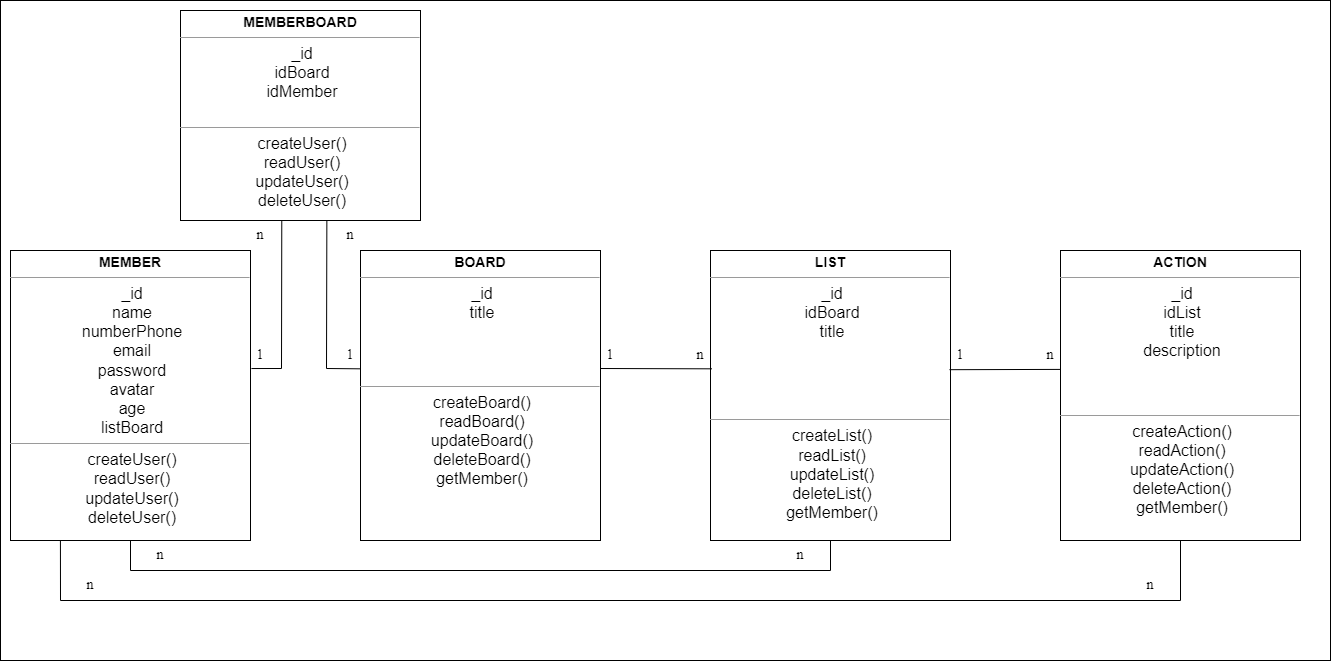
LongNT-VN/Trello keeps this draw.io diagram as Document/Database.png. Above is the earlier version. Source tidied: cells renumbered, new cells last; positions are measured from the earlier drawing's top-left corner, leaving out a move shared by most shapes.
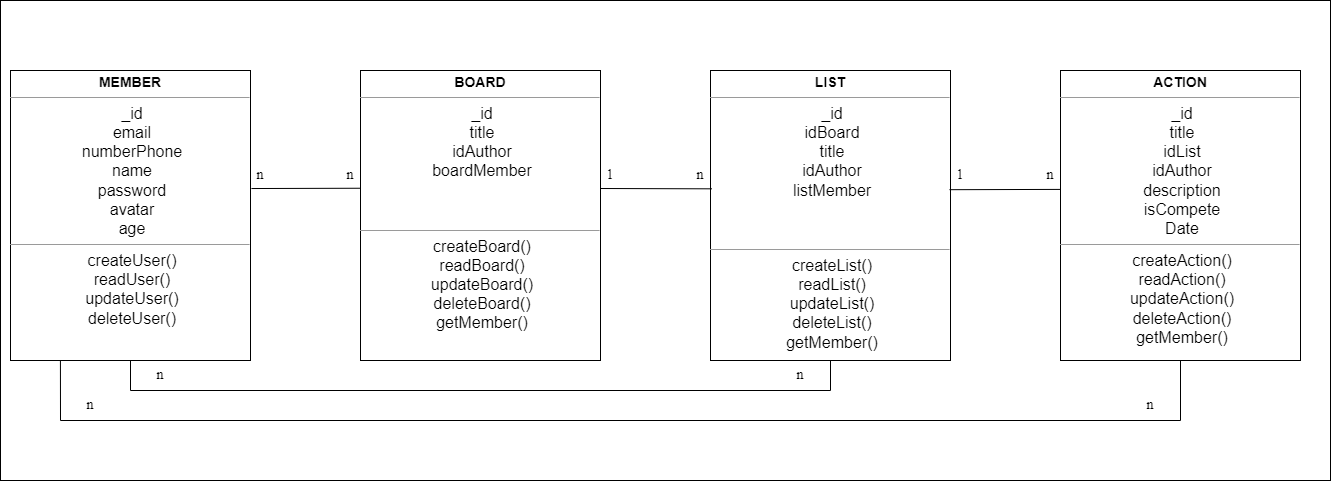
Later version of the same file.

Diff of the diagram source:
```diff
@@ -3,33 +3,26 @@
     <mxCell id="0" />
     <mxCell id="1" parent="0" />
     <mxCell id="2" style="rounded=0;whiteSpace=wrap;html=1;fontFamily=Times New Roman;fontSize=14;" parent="1" vertex="1">
-      <mxGeometry width="1330" height="660" as="geometry" />
+      <mxGeometry y="180" width="1330" height="480" as="geometry" />
     </mxCell>
-    <mxCell id="3" value="&lt;p style=&quot;margin: 0px ; margin-top: 4px ; text-align: center&quot;&gt;&lt;span style=&quot;font-size: 14px&quot;&gt;&lt;b&gt;MEMBER&lt;/b&gt;&lt;/span&gt;&lt;/p&gt;&lt;hr size=&quot;1&quot;&gt;&lt;p style=&quot;text-align: center ; margin: 0px 0px 0px 4px&quot;&gt;&lt;font size=&quot;3&quot;&gt;_id&lt;br&gt;name&lt;/font&gt;&lt;/p&gt;&lt;p style=&quot;text-align: center ; margin: 0px 0px 0px 4px&quot;&gt;&lt;font size=&quot;3&quot;&gt;numberPhone&lt;/font&gt;&lt;/p&gt;&lt;p style=&quot;text-align: center ; margin: 0px 0px 0px 4px&quot;&gt;&lt;font size=&quot;3&quot;&gt;email&lt;/font&gt;&lt;/p&gt;&lt;p style=&quot;text-align: center ; margin: 0px 0px 0px 4px&quot;&gt;&lt;font size=&quot;3&quot;&gt;password&lt;/font&gt;&lt;/p&gt;&lt;p style=&quot;text-align: center ; margin: 0px 0px 0px 4px&quot;&gt;&lt;font size=&quot;3&quot;&gt;avatar&lt;/font&gt;&lt;/p&gt;&lt;p style=&quot;text-align: center ; margin: 0px 0px 0px 4px&quot;&gt;&lt;font size=&quot;3&quot;&gt;age&lt;/font&gt;&lt;/p&gt;&lt;p style=&quot;text-align: center ; margin: 0px 0px 0px 4px&quot;&gt;&lt;font size=&quot;3&quot;&gt;listBoard&lt;/font&gt;&lt;/p&gt;&lt;hr size=&quot;1&quot;&gt;&lt;p style=&quot;text-align: center ; margin: 0px 0px 0px 4px&quot;&gt;&lt;font size=&quot;3&quot;&gt;createUser()&lt;/font&gt;&lt;/p&gt;&lt;p style=&quot;text-align: center ; margin: 0px 0px 0px 4px&quot;&gt;&lt;font size=&quot;3&quot;&gt;readUser()&lt;/font&gt;&lt;/p&gt;&lt;p style=&quot;text-align: center ; margin: 0px 0px 0px 4px&quot;&gt;&lt;font size=&quot;3&quot;&gt;updateUser()&lt;/font&gt;&lt;/p&gt;&lt;p style=&quot;text-align: center ; margin: 0px 0px 0px 4px&quot;&gt;&lt;font size=&quot;3&quot;&gt;deleteUser()&lt;/font&gt;&lt;/p&gt;" style="verticalAlign=top;align=left;overflow=fill;fontSize=12;fontFamily=Helvetica;html=1;" parent="1" vertex="1">
+    <mxCell id="3" value="&lt;p style=&quot;margin: 0px ; margin-top: 4px ; text-align: center&quot;&gt;&lt;span style=&quot;font-size: 14px&quot;&gt;&lt;b&gt;MEMBER&lt;/b&gt;&lt;/span&gt;&lt;/p&gt;&lt;hr size=&quot;1&quot;&gt;&lt;p style=&quot;text-align: center ; margin: 0px 0px 0px 4px&quot;&gt;&lt;font size=&quot;3&quot;&gt;_id&lt;br&gt;email&lt;/font&gt;&lt;/p&gt;&lt;p style=&quot;text-align: center ; margin: 0px 0px 0px 4px&quot;&gt;&lt;font size=&quot;3&quot;&gt;numberPhone&lt;/font&gt;&lt;/p&gt;&lt;p style=&quot;text-align: center ; margin: 0px 0px 0px 4px&quot;&gt;&lt;font size=&quot;3&quot;&gt;name&lt;/font&gt;&lt;/p&gt;&lt;p style=&quot;text-align: center ; margin: 0px 0px 0px 4px&quot;&gt;&lt;font size=&quot;3&quot;&gt;password&lt;/font&gt;&lt;/p&gt;&lt;p style=&quot;text-align: center ; margin: 0px 0px 0px 4px&quot;&gt;&lt;font size=&quot;3&quot;&gt;avatar&lt;/font&gt;&lt;/p&gt;&lt;p style=&quot;text-align: center ; margin: 0px 0px 0px 4px&quot;&gt;&lt;font size=&quot;3&quot;&gt;age&lt;/font&gt;&lt;/p&gt;&lt;hr size=&quot;1&quot;&gt;&lt;p style=&quot;text-align: center ; margin: 0px 0px 0px 4px&quot;&gt;&lt;font size=&quot;3&quot;&gt;createUser()&lt;/font&gt;&lt;/p&gt;&lt;p style=&quot;text-align: center ; margin: 0px 0px 0px 4px&quot;&gt;&lt;font size=&quot;3&quot;&gt;readUser()&lt;/font&gt;&lt;/p&gt;&lt;p style=&quot;text-align: center ; margin: 0px 0px 0px 4px&quot;&gt;&lt;font size=&quot;3&quot;&gt;updateUser()&lt;/font&gt;&lt;/p&gt;&lt;p style=&quot;text-align: center ; margin: 0px 0px 0px 4px&quot;&gt;&lt;font size=&quot;3&quot;&gt;deleteUser()&lt;/font&gt;&lt;/p&gt;" style="verticalAlign=top;align=left;overflow=fill;fontSize=12;fontFamily=Helvetica;html=1;" parent="1" vertex="1">
       <mxGeometry x="10" y="250" width="240" height="290" as="geometry" />
     </mxCell>
-    <mxCell id="4" value="&lt;p style=&quot;margin: 0px ; margin-top: 4px ; text-align: center&quot;&gt;&lt;span style=&quot;font-size: 14px&quot;&gt;&lt;b&gt;BOARD&lt;/b&gt;&lt;/span&gt;&lt;/p&gt;&lt;hr size=&quot;1&quot;&gt;&lt;p style=&quot;text-align: center ; margin: 0px 0px 0px 4px&quot;&gt;&lt;font size=&quot;3&quot;&gt;_id&lt;/font&gt;&lt;/p&gt;&lt;p style=&quot;text-align: center ; margin: 0px 0px 0px 4px&quot;&gt;&lt;font size=&quot;3&quot;&gt;title&lt;/font&gt;&lt;/p&gt;&lt;p style=&quot;text-align: center ; margin: 0px 0px 0px 4px&quot;&gt;&lt;br&gt;&lt;/p&gt;&lt;p style=&quot;text-align: center ; margin: 0px 0px 0px 4px&quot;&gt;&lt;br&gt;&lt;/p&gt;&lt;p style=&quot;text-align: center ; margin: 0px 0px 0px 4px&quot;&gt;&lt;br&gt;&lt;/p&gt;&lt;p style=&quot;text-align: center ; margin: 0px 0px 0px 4px&quot;&gt;&lt;br&gt;&lt;/p&gt;&lt;hr size=&quot;1&quot;&gt;&lt;p style=&quot;text-align: center ; margin: 0px 0px 0px 4px&quot;&gt;&lt;font size=&quot;3&quot;&gt;createBoard()&lt;/font&gt;&lt;/p&gt;&lt;p style=&quot;text-align: center ; margin: 0px 0px 0px 4px&quot;&gt;&lt;span style=&quot;font-size: medium&quot;&gt;readBoard()&lt;/span&gt;&lt;br&gt;&lt;/p&gt;&lt;p style=&quot;text-align: center ; margin: 0px 0px 0px 4px&quot;&gt;&lt;font size=&quot;3&quot;&gt;updateBoard()&lt;/font&gt;&lt;/p&gt;&lt;p style=&quot;text-align: center ; margin: 0px 0px 0px 4px&quot;&gt;&lt;font size=&quot;3&quot;&gt;deleteBoard()&lt;/font&gt;&lt;/p&gt;&lt;p style=&quot;text-align: center ; margin: 0px 0px 0px 4px&quot;&gt;&lt;font size=&quot;3&quot;&gt;getMember()&lt;/font&gt;&lt;/p&gt;" style="verticalAlign=top;align=left;overflow=fill;fontSize=12;fontFamily=Helvetica;html=1;" parent="1" vertex="1">
+    <mxCell id="4" value="&lt;p style=&quot;margin: 0px ; margin-top: 4px ; text-align: center&quot;&gt;&lt;span style=&quot;font-size: 14px&quot;&gt;&lt;b&gt;BOARD&lt;/b&gt;&lt;/span&gt;&lt;/p&gt;&lt;hr size=&quot;1&quot;&gt;&lt;p style=&quot;text-align: center ; margin: 0px 0px 0px 4px&quot;&gt;&lt;font size=&quot;3&quot;&gt;_id&lt;/font&gt;&lt;/p&gt;&lt;p style=&quot;text-align: center ; margin: 0px 0px 0px 4px&quot;&gt;&lt;font size=&quot;3&quot;&gt;title&lt;/font&gt;&lt;/p&gt;&lt;p style=&quot;text-align: center ; margin: 0px 0px 0px 4px&quot;&gt;&lt;font size=&quot;3&quot;&gt;idAuthor&lt;/font&gt;&lt;/p&gt;&lt;p style=&quot;text-align: center ; margin: 0px 0px 0px 4px&quot;&gt;&lt;font size=&quot;3&quot;&gt;boardMember&lt;/font&gt;&lt;/p&gt;&lt;p style=&quot;text-align: center ; margin: 0px 0px 0px 4px&quot;&gt;&lt;br&gt;&lt;/p&gt;&lt;p style=&quot;text-align: center ; margin: 0px 0px 0px 4px&quot;&gt;&lt;br&gt;&lt;/p&gt;&lt;p style=&quot;text-align: center ; margin: 0px 0px 0px 4px&quot;&gt;&lt;br&gt;&lt;/p&gt;&lt;hr size=&quot;1&quot;&gt;&lt;p style=&quot;text-align: center ; margin: 0px 0px 0px 4px&quot;&gt;&lt;font size=&quot;3&quot;&gt;createBoard()&lt;/font&gt;&lt;/p&gt;&lt;p style=&quot;text-align: center ; margin: 0px 0px 0px 4px&quot;&gt;&lt;span style=&quot;font-size: medium&quot;&gt;readBoard()&lt;/span&gt;&lt;br&gt;&lt;/p&gt;&lt;p style=&quot;text-align: center ; margin: 0px 0px 0px 4px&quot;&gt;&lt;font size=&quot;3&quot;&gt;updateBoard()&lt;/font&gt;&lt;/p&gt;&lt;p style=&quot;text-align: center ; margin: 0px 0px 0px 4px&quot;&gt;&lt;font size=&quot;3&quot;&gt;deleteBoard()&lt;/font&gt;&lt;/p&gt;&lt;p style=&quot;text-align: center ; margin: 0px 0px 0px 4px&quot;&gt;&lt;font size=&quot;3&quot;&gt;getMember()&lt;/font&gt;&lt;/p&gt;" style="verticalAlign=top;align=left;overflow=fill;fontSize=12;fontFamily=Helvetica;html=1;" parent="1" vertex="1">
       <mxGeometry x="360" y="250" width="240" height="290" as="geometry" />
     </mxCell>
-    <mxCell id="5" value="&lt;p style=&quot;margin: 0px ; margin-top: 4px ; text-align: center&quot;&gt;&lt;span style=&quot;font-size: 14px&quot;&gt;&lt;b&gt;LIST&lt;/b&gt;&lt;/span&gt;&lt;/p&gt;&lt;hr size=&quot;1&quot;&gt;&lt;p style=&quot;text-align: center ; margin: 0px 0px 0px 4px&quot;&gt;&lt;font size=&quot;3&quot;&gt;_id&lt;/font&gt;&lt;/p&gt;&lt;p style=&quot;text-align: center ; margin: 0px 0px 0px 4px&quot;&gt;&lt;font size=&quot;3&quot;&gt;idBoard&lt;/font&gt;&lt;/p&gt;&lt;p style=&quot;text-align: center ; margin: 0px 0px 0px 4px&quot;&gt;&lt;font size=&quot;3&quot;&gt;title&lt;/font&gt;&lt;/p&gt;&lt;p style=&quot;text-align: center ; margin: 0px 0px 0px 4px&quot;&gt;&lt;br&gt;&lt;/p&gt;&lt;p style=&quot;text-align: center ; margin: 0px 0px 0px 4px&quot;&gt;&lt;br&gt;&lt;/p&gt;&lt;p style=&quot;text-align: center ; margin: 0px 0px 0px 4px&quot;&gt;&lt;br&gt;&lt;/p&gt;&lt;p style=&quot;text-align: center ; margin: 0px 0px 0px 4px&quot;&gt;&lt;br&gt;&lt;/p&gt;&lt;p style=&quot;text-align: center ; margin: 0px 0px 0px 4px&quot;&gt;&lt;br&gt;&lt;/p&gt;&lt;hr size=&quot;1&quot;&gt;&lt;p style=&quot;text-align: center ; margin: 0px 0px 0px 4px&quot;&gt;&lt;font size=&quot;3&quot;&gt;createList()&lt;/font&gt;&lt;/p&gt;&lt;p style=&quot;text-align: center ; margin: 0px 0px 0px 4px&quot;&gt;&lt;span style=&quot;font-size: medium&quot;&gt;readList()&lt;/span&gt;&lt;br&gt;&lt;/p&gt;&lt;p style=&quot;text-align: center ; margin: 0px 0px 0px 4px&quot;&gt;&lt;font size=&quot;3&quot;&gt;updateList()&lt;/font&gt;&lt;/p&gt;&lt;p style=&quot;text-align: center ; margin: 0px 0px 0px 4px&quot;&gt;&lt;font size=&quot;3&quot;&gt;deleteList()&lt;/font&gt;&lt;/p&gt;&lt;p style=&quot;text-align: center ; margin: 0px 0px 0px 4px&quot;&gt;&lt;font size=&quot;3&quot;&gt;getMember()&lt;/font&gt;&lt;/p&gt;" style="verticalAlign=top;align=left;overflow=fill;fontSize=12;fontFamily=Helvetica;html=1;" parent="1" vertex="1">
+    <mxCell id="5" value="&lt;p style=&quot;margin: 0px ; margin-top: 4px ; text-align: center&quot;&gt;&lt;span style=&quot;font-size: 14px&quot;&gt;&lt;b&gt;LIST&lt;/b&gt;&lt;/span&gt;&lt;/p&gt;&lt;hr size=&quot;1&quot;&gt;&lt;p style=&quot;text-align: center ; margin: 0px 0px 0px 4px&quot;&gt;&lt;font size=&quot;3&quot;&gt;_id&lt;/font&gt;&lt;/p&gt;&lt;p style=&quot;text-align: center ; margin: 0px 0px 0px 4px&quot;&gt;&lt;font size=&quot;3&quot;&gt;idBoard&lt;/font&gt;&lt;/p&gt;&lt;p style=&quot;text-align: center ; margin: 0px 0px 0px 4px&quot;&gt;&lt;font size=&quot;3&quot;&gt;title&lt;/font&gt;&lt;/p&gt;&lt;p style=&quot;text-align: center ; margin: 0px 0px 0px 4px&quot;&gt;&lt;font size=&quot;3&quot;&gt;idAuthor&lt;/font&gt;&lt;/p&gt;&lt;p style=&quot;text-align: center ; margin: 0px 0px 0px 4px&quot;&gt;&lt;font size=&quot;3&quot;&gt;listMember&lt;/font&gt;&lt;/p&gt;&lt;p style=&quot;text-align: center ; margin: 0px 0px 0px 4px&quot;&gt;&lt;br&gt;&lt;/p&gt;&lt;p style=&quot;text-align: center ; margin: 0px 0px 0px 4px&quot;&gt;&lt;br&gt;&lt;/p&gt;&lt;p style=&quot;text-align: center ; margin: 0px 0px 0px 4px&quot;&gt;&lt;br&gt;&lt;/p&gt;&lt;hr size=&quot;1&quot;&gt;&lt;p style=&quot;text-align: center ; margin: 0px 0px 0px 4px&quot;&gt;&lt;font size=&quot;3&quot;&gt;createList()&lt;/font&gt;&lt;/p&gt;&lt;p style=&quot;text-align: center ; margin: 0px 0px 0px 4px&quot;&gt;&lt;span style=&quot;font-size: medium&quot;&gt;readList()&lt;/span&gt;&lt;br&gt;&lt;/p&gt;&lt;p style=&quot;text-align: center ; margin: 0px 0px 0px 4px&quot;&gt;&lt;font size=&quot;3&quot;&gt;updateList()&lt;/font&gt;&lt;/p&gt;&lt;p style=&quot;text-align: center ; margin: 0px 0px 0px 4px&quot;&gt;&lt;font size=&quot;3&quot;&gt;deleteList()&lt;/font&gt;&lt;/p&gt;&lt;p style=&quot;text-align: center ; margin: 0px 0px 0px 4px&quot;&gt;&lt;font size=&quot;3&quot;&gt;getMember()&lt;/font&gt;&lt;/p&gt;" style="verticalAlign=top;align=left;overflow=fill;fontSize=12;fontFamily=Helvetica;html=1;" parent="1" vertex="1">
       <mxGeometry x="710" y="250" width="240" height="290" as="geometry" />
     </mxCell>
-    <mxCell id="6" value="&lt;p style=&quot;margin: 0px ; margin-top: 4px ; text-align: center&quot;&gt;&lt;span style=&quot;font-size: 14px&quot;&gt;&lt;b&gt;ACTION&lt;/b&gt;&lt;/span&gt;&lt;/p&gt;&lt;hr size=&quot;1&quot;&gt;&lt;p style=&quot;text-align: center ; margin: 0px 0px 0px 4px&quot;&gt;&lt;font size=&quot;3&quot;&gt;_id&lt;/font&gt;&lt;/p&gt;&lt;p style=&quot;text-align: center ; margin: 0px 0px 0px 4px&quot;&gt;&lt;font size=&quot;3&quot;&gt;idList&lt;/font&gt;&lt;/p&gt;&lt;p style=&quot;text-align: center ; margin: 0px 0px 0px 4px&quot;&gt;&lt;font size=&quot;3&quot;&gt;title&lt;/font&gt;&lt;/p&gt;&lt;p style=&quot;text-align: center ; margin: 0px 0px 0px 4px&quot;&gt;&lt;font size=&quot;3&quot;&gt;description&lt;/font&gt;&lt;/p&gt;&lt;p style=&quot;text-align: center ; margin: 0px 0px 0px 4px&quot;&gt;&lt;font size=&quot;3&quot;&gt;&lt;br&gt;&lt;/font&gt;&lt;/p&gt;&lt;p style=&quot;text-align: center ; margin: 0px 0px 0px 4px&quot;&gt;&lt;br&gt;&lt;/p&gt;&lt;p style=&quot;text-align: center ; margin: 0px 0px 0px 4px&quot;&gt;&lt;br&gt;&lt;/p&gt;&lt;hr size=&quot;1&quot;&gt;&lt;p style=&quot;text-align: center ; margin: 0px 0px 0px 4px&quot;&gt;&lt;font size=&quot;3&quot;&gt;createAction()&lt;/font&gt;&lt;/p&gt;&lt;p style=&quot;text-align: center ; margin: 0px 0px 0px 4px&quot;&gt;&lt;span style=&quot;font-size: medium&quot;&gt;readAction()&lt;/span&gt;&lt;br&gt;&lt;/p&gt;&lt;p style=&quot;text-align: center ; margin: 0px 0px 0px 4px&quot;&gt;&lt;font size=&quot;3&quot;&gt;updateAction()&lt;/font&gt;&lt;/p&gt;&lt;p style=&quot;text-align: center ; margin: 0px 0px 0px 4px&quot;&gt;&lt;font size=&quot;3&quot;&gt;deleteAction()&lt;/font&gt;&lt;/p&gt;&lt;p style=&quot;text-align: center ; margin: 0px 0px 0px 4px&quot;&gt;&lt;font size=&quot;3&quot;&gt;getMember()&lt;/font&gt;&lt;/p&gt;" style="verticalAlign=top;align=left;overflow=fill;fontSize=12;fontFamily=Helvetica;html=1;" parent="1" vertex="1">
+    <mxCell id="6" value="&lt;p style=&quot;margin: 0px ; margin-top: 4px ; text-align: center&quot;&gt;&lt;span style=&quot;font-size: 14px&quot;&gt;&lt;b&gt;ACTION&lt;/b&gt;&lt;/span&gt;&lt;/p&gt;&lt;hr size=&quot;1&quot;&gt;&lt;p style=&quot;text-align: center ; margin: 0px 0px 0px 4px&quot;&gt;&lt;font size=&quot;3&quot;&gt;_id&lt;/font&gt;&lt;/p&gt;&lt;p style=&quot;text-align: center ; margin: 0px 0px 0px 4px&quot;&gt;&lt;font size=&quot;3&quot;&gt;title&lt;/font&gt;&lt;/p&gt;&lt;p style=&quot;text-align: center ; margin: 0px 0px 0px 4px&quot;&gt;&lt;font size=&quot;3&quot;&gt;idList&lt;/font&gt;&lt;/p&gt;&lt;p style=&quot;text-align: center ; margin: 0px 0px 0px 4px&quot;&gt;&lt;font size=&quot;3&quot;&gt;idAuthor&lt;/font&gt;&lt;/p&gt;&lt;p style=&quot;text-align: center ; margin: 0px 0px 0px 4px&quot;&gt;&lt;font size=&quot;3&quot;&gt;description&lt;/font&gt;&lt;/p&gt;&lt;p style=&quot;text-align: center ; margin: 0px 0px 0px 4px&quot;&gt;&lt;font size=&quot;3&quot;&gt;isCompete&lt;/font&gt;&lt;/p&gt;&lt;p style=&quot;text-align: center ; margin: 0px 0px 0px 4px&quot;&gt;&lt;font size=&quot;3&quot;&gt;Date&lt;/font&gt;&lt;/p&gt;&lt;hr size=&quot;1&quot;&gt;&lt;p style=&quot;text-align: center ; margin: 0px 0px 0px 4px&quot;&gt;&lt;font size=&quot;3&quot;&gt;createAction()&lt;/font&gt;&lt;/p&gt;&lt;p style=&quot;text-align: center ; margin: 0px 0px 0px 4px&quot;&gt;&lt;span style=&quot;font-size: medium&quot;&gt;readAction()&lt;/span&gt;&lt;br&gt;&lt;/p&gt;&lt;p style=&quot;text-align: center ; margin: 0px 0px 0px 4px&quot;&gt;&lt;font size=&quot;3&quot;&gt;updateAction()&lt;/font&gt;&lt;/p&gt;&lt;p style=&quot;text-align: center ; margin: 0px 0px 0px 4px&quot;&gt;&lt;font size=&quot;3&quot;&gt;deleteAction()&lt;/font&gt;&lt;/p&gt;&lt;p style=&quot;text-align: center ; margin: 0px 0px 0px 4px&quot;&gt;&lt;font size=&quot;3&quot;&gt;getMember()&lt;/font&gt;&lt;/p&gt;" style="verticalAlign=top;align=left;overflow=fill;fontSize=12;fontFamily=Helvetica;html=1;" parent="1" vertex="1">
       <mxGeometry x="1060" y="250" width="240" height="290" as="geometry" />
     </mxCell>
-    <mxCell id="7" style="endArrow=none;html=1;rounded=0;fontFamily=Times New Roman;fontSize=14;exitX=1.004;exitY=0.407;exitDx=0;exitDy=0;exitPerimeter=0;entryX=0.422;entryY=0.999;entryDx=0;entryDy=0;entryPerimeter=0;" parent="1" edge="1" source="3" target="22">
-      <mxGeometry relative="1" as="geometry">
-        <Array as="points">
-          <mxPoint x="281" y="368" />
-        </Array>
-      </mxGeometry>
+    <mxCell id="7" style="endArrow=none;html=1;rounded=0;fontFamily=Times New Roman;fontSize=14;exitX=1.004;exitY=0.407;exitDx=0;exitDy=0;exitPerimeter=0;entryX=-0.001;entryY=0.406;entryDx=0;entryDy=0;entryPerimeter=0;" parent="1" edge="1" source="3" target="4">
+      <mxGeometry relative="1" as="geometry" />
     </mxCell>
-    <mxCell id="8" value="1" style="text;html=1;strokeColor=none;fillColor=none;align=center;verticalAlign=middle;whiteSpace=wrap;rounded=0;fontFamily=Times New Roman;fontSize=14;" parent="1" vertex="1">
+    <mxCell id="8" value="n" style="text;html=1;strokeColor=none;fillColor=none;align=center;verticalAlign=middle;whiteSpace=wrap;rounded=0;fontFamily=Times New Roman;fontSize=14;" parent="1" vertex="1">
       <mxGeometry x="230" y="340" width="60" height="30" as="geometry" />
     </mxCell>
-    <mxCell id="9" value="n" style="text;html=1;strokeColor=none;fillColor=none;align=center;verticalAlign=middle;whiteSpace=wrap;rounded=0;fontFamily=Times New Roman;fontSize=14;" parent="1" vertex="1">
-      <mxGeometry x="230" y="220" width="60" height="30" as="geometry" />
-    </mxCell>
     <mxCell id="10" style="endArrow=none;html=1;rounded=0;fontFamily=Times New Roman;fontSize=14;entryX=0.006;entryY=0.408;entryDx=0;entryDy=0;entryPerimeter=0;" parent="1" edge="1" target="5">
       <mxGeometry relative="1" as="geometry">
         <mxPoint x="600" y="368" as="sourcePoint" />
@@ -78,21 +71,8 @@
     <mxCell id="21" value="n" style="text;html=1;strokeColor=none;fillColor=none;align=center;verticalAlign=middle;whiteSpace=wrap;rounded=0;fontFamily=Times New Roman;fontSize=14;" parent="1" vertex="1">
       <mxGeometry x="1120" y="570" width="60" height="30" as="geometry" />
     </mxCell>
-    <mxCell id="22" value="&lt;p style=&quot;margin: 0px ; margin-top: 4px ; text-align: center&quot;&gt;&lt;span style=&quot;font-size: 14px&quot;&gt;&lt;b&gt;MEMBERBOARD&lt;/b&gt;&lt;/span&gt;&lt;/p&gt;&lt;hr size=&quot;1&quot;&gt;&lt;p style=&quot;text-align: center ; margin: 0px 0px 0px 4px&quot;&gt;&lt;font size=&quot;3&quot;&gt;_id&lt;br&gt;idBoard&lt;/font&gt;&lt;/p&gt;&lt;p style=&quot;text-align: center ; margin: 0px 0px 0px 4px&quot;&gt;&lt;font size=&quot;3&quot;&gt;idMember&lt;/font&gt;&lt;/p&gt;&lt;p style=&quot;text-align: center ; margin: 0px 0px 0px 4px&quot;&gt;&lt;font size=&quot;3&quot;&gt;&lt;br&gt;&lt;/font&gt;&lt;/p&gt;&lt;hr size=&quot;1&quot;&gt;&lt;p style=&quot;text-align: center ; margin: 0px 0px 0px 4px&quot;&gt;&lt;font size=&quot;3&quot;&gt;createUser()&lt;/font&gt;&lt;/p&gt;&lt;p style=&quot;text-align: center ; margin: 0px 0px 0px 4px&quot;&gt;&lt;font size=&quot;3&quot;&gt;readUser()&lt;/font&gt;&lt;/p&gt;&lt;p style=&quot;text-align: center ; margin: 0px 0px 0px 4px&quot;&gt;&lt;font size=&quot;3&quot;&gt;updateUser()&lt;/font&gt;&lt;/p&gt;&lt;p style=&quot;text-align: center ; margin: 0px 0px 0px 4px&quot;&gt;&lt;font size=&quot;3&quot;&gt;deleteUser()&lt;/font&gt;&lt;/p&gt;" style="verticalAlign=top;align=left;overflow=fill;fontSize=12;fontFamily=Helvetica;html=1;" parent="1" vertex="1">
-      <mxGeometry x="180" y="10" width="240" height="210" as="geometry" />
-    </mxCell>
-    <mxCell id="23" style="endArrow=none;html=1;rounded=0;fontFamily=Times New Roman;fontSize=14;exitX=-0.001;exitY=0.408;exitDx=0;exitDy=0;exitPerimeter=0;entryX=0.106;entryY=0.006;entryDx=0;entryDy=0;entryPerimeter=0;" parent="1" edge="1" source="4" target="25">
-      <mxGeometry relative="1" as="geometry">
-        <Array as="points">
-          <mxPoint x="326" y="368" />
-        </Array>
-      </mxGeometry>
-    </mxCell>
-    <mxCell id="24" value="1" style="text;html=1;strokeColor=none;fillColor=none;align=center;verticalAlign=middle;whiteSpace=wrap;rounded=0;fontFamily=Times New Roman;fontSize=14;" parent="1" vertex="1">
+    <mxCell id="24" value="n" style="text;html=1;strokeColor=none;fillColor=none;align=center;verticalAlign=middle;whiteSpace=wrap;rounded=0;fontFamily=Times New Roman;fontSize=14;" parent="1" vertex="1">
       <mxGeometry x="320" y="340" width="60" height="30" as="geometry" />
     </mxCell>
-    <mxCell id="25" value="n" style="text;html=1;strokeColor=none;fillColor=none;align=center;verticalAlign=middle;whiteSpace=wrap;rounded=0;fontFamily=Times New Roman;fontSize=14;" parent="1" vertex="1">
-      <mxGeometry x="320" y="220" width="60" height="30" as="geometry" />
-    </mxCell>
   </root>
 </mxGraphModel>
```
